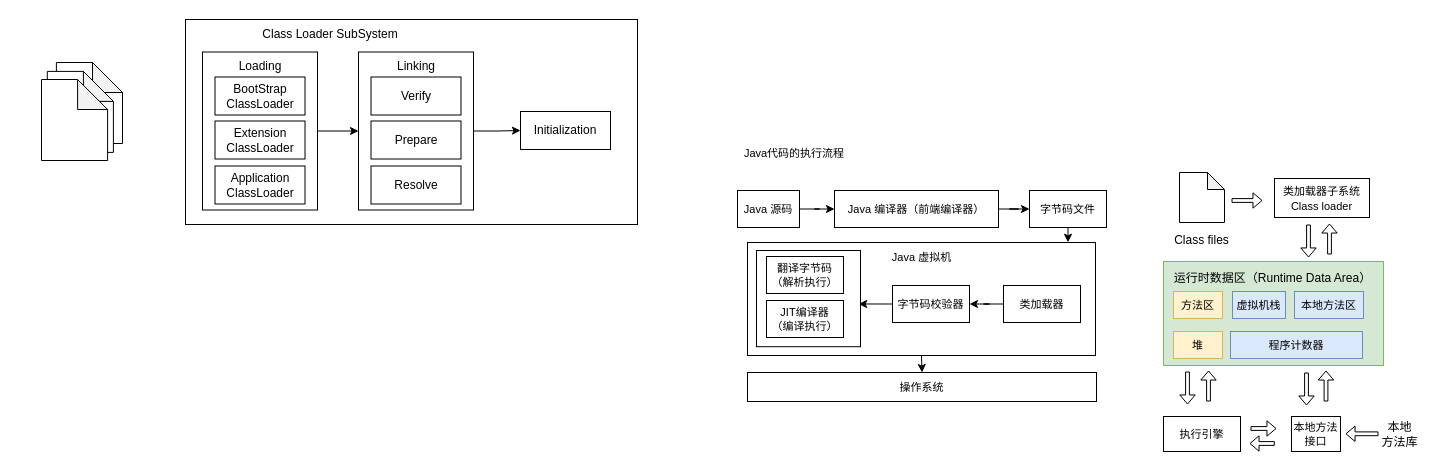
The draw.io diagram JVM.drawio in huyangdev/zhahuo, before the edit. Source tidied: cells renumbered, new cells numbered last; positions are measured from the earlier drawing's top-left corner, leaving out a move shared by most shapes. Both pictures are drawn from the tidied source at 100%, with x=0, y=0 at pixel (41, 19).
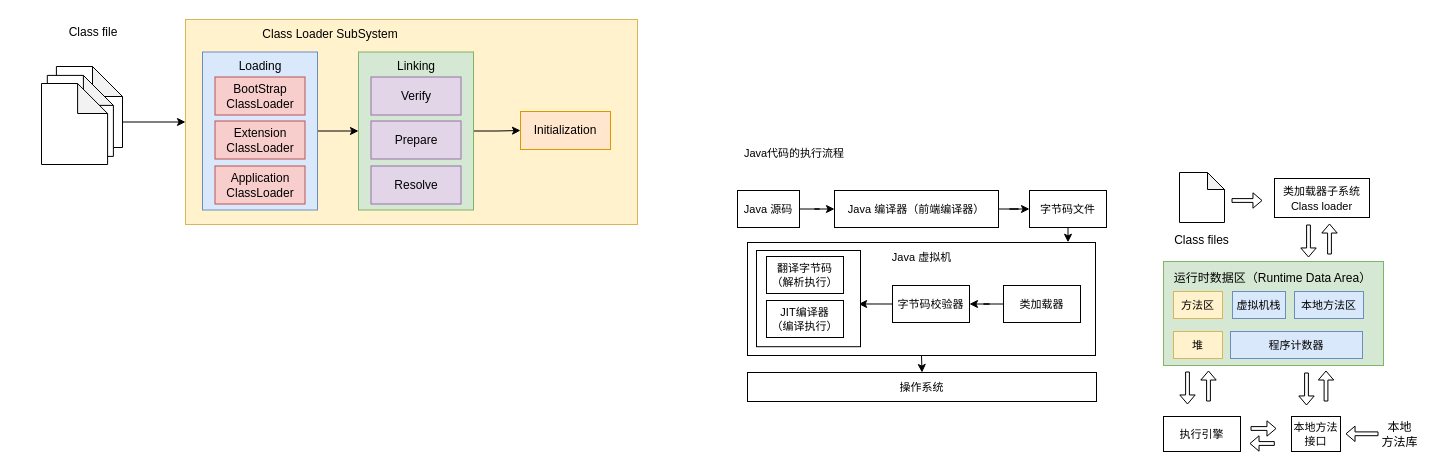
Above is the later version.

The change refers to these unchanged cells:
```xml
<mxCell id="44" style="shape=note;whiteSpace=wrap;html=1;backgroundOutline=1;darkOpacity=0.05;" parent="43" vertex="1">
  <mxGeometry x="14.9" width="66.1" height="81" as="geometry" />
</mxCell>
```

The edit, as a diff of the source:
```diff
@@
     <mxCell id="43" style="group;" parent="1" vertex="1">
-      <mxGeometry y="43" width="81" height="98" as="geometry" />
+      <mxGeometry y="47" width="81" height="98" as="geometry" />
     </mxCell>
@@
-    <mxCell id="47" style="rounded=0;whiteSpace=wrap;html=1;" parent="1" vertex="1">
+    <mxCell id="47" style="rounded=0;whiteSpace=wrap;html=1;fillColor=#fff2cc;strokeColor=#d6b656;" parent="1" vertex="1">
       <mxGeometry x="144" width="452" height="205" as="geometry" />
     </mxCell>
@@
-    <mxCell id="49" style="rounded=0;whiteSpace=wrap;html=1;" parent="1" vertex="1">
+    <mxCell id="49" style="rounded=0;whiteSpace=wrap;html=1;fillColor=#dae8fc;strokeColor=#6c8ebf;" parent="1" vertex="1">
       <mxGeometry x="161" y="32.5" width="115" height="158" as="geometry" />
     </mxCell>
-    <mxCell id="50" value="BootStrap&lt;br&gt;ClassLoader" style="rounded=0;whiteSpace=wrap;html=1;" parent="1" vertex="1">
+    <mxCell id="50" value="BootStrap&lt;br&gt;ClassLoader" style="rounded=0;whiteSpace=wrap;html=1;fillColor=#f8cecc;strokeColor=#b85450;" parent="1" vertex="1">
       <mxGeometry x="173.5" y="57.5" width="90" height="38" as="geometry" />
     </mxCell>
@@
-    <mxCell id="52" value="Extension&lt;br&gt;ClassLoader" style="rounded=0;whiteSpace=wrap;html=1;" parent="1" vertex="1">
+    <mxCell id="52" value="Extension&lt;br&gt;ClassLoader" style="rounded=0;whiteSpace=wrap;html=1;fillColor=#f8cecc;strokeColor=#b85450;" parent="1" vertex="1">
       <mxGeometry x="173.5" y="101.5" width="90" height="38" as="geometry" />
     </mxCell>
-    <mxCell id="53" value="Application&lt;br&gt;ClassLoader" style="rounded=0;whiteSpace=wrap;html=1;" parent="1" vertex="1">
+    <mxCell id="53" value="Application&lt;br&gt;ClassLoader" style="rounded=0;whiteSpace=wrap;html=1;fillColor=#f8cecc;strokeColor=#b85450;" parent="1" vertex="1">
       <mxGeometry x="173.5" y="146.5" width="90" height="38" as="geometry" />
     </mxCell>
@@
-    <mxCell id="55" style="rounded=0;whiteSpace=wrap;html=1;" parent="1" vertex="1">
+    <mxCell id="55" style="rounded=0;whiteSpace=wrap;html=1;fillColor=#d5e8d4;strokeColor=#82b366;" parent="1" vertex="1">
       <mxGeometry x="317" y="32.5" width="115" height="158" as="geometry" />
     </mxCell>
-    <mxCell id="56" value="Verify" style="rounded=0;whiteSpace=wrap;html=1;" parent="1" vertex="1">
+    <mxCell id="56" value="Verify" style="rounded=0;whiteSpace=wrap;html=1;fillColor=#e1d5e7;strokeColor=#9673a6;" parent="1" vertex="1">
       <mxGeometry x="329.5" y="57.5" width="90" height="38" as="geometry" />
     </mxCell>
@@
-    <mxCell id="58" value="Prepare" style="rounded=0;whiteSpace=wrap;html=1;" parent="1" vertex="1">
+    <mxCell id="58" value="Prepare" style="rounded=0;whiteSpace=wrap;html=1;fillColor=#e1d5e7;strokeColor=#9673a6;" parent="1" vertex="1">
       <mxGeometry x="329.5" y="101.5" width="90" height="38" as="geometry" />
     </mxCell>
-    <mxCell id="59" value="Resolve" style="rounded=0;whiteSpace=wrap;html=1;" parent="1" vertex="1">
+    <mxCell id="59" value="Resolve" style="rounded=0;whiteSpace=wrap;html=1;fillColor=#e1d5e7;strokeColor=#9673a6;" parent="1" vertex="1">
       <mxGeometry x="329.5" y="146.5" width="90" height="38" as="geometry" />
     </mxCell>
-    <mxCell id="60" value="Initialization" style="rounded=0;whiteSpace=wrap;html=1;" parent="1" vertex="1">
+    <mxCell id="60" value="Initialization" style="rounded=0;whiteSpace=wrap;html=1;fillColor=#ffe6cc;strokeColor=#d79b00;" parent="1" vertex="1">
       <mxGeometry x="479" y="92" width="90" height="38" as="geometry" />
     </mxCell>
@@
+    <mxCell id="62" style="edgeStyle=orthogonalEdgeStyle;rounded=0;jettySize=auto;html=1;exitX=0;exitY=0;exitDx=66.12244897959184;exitDy=55.49586776859504;exitPerimeter=0;entryX=0;entryY=0.5;entryDx=0;entryDy=0;" parent="1" edge="1" source="44" target="47">
+      <mxGeometry relative="1" as="geometry" />
+    </mxCell>
+    <mxCell id="63" value="Class file" style="text;html=1;strokeColor=none;fillColor=none;align=center;verticalAlign=middle;whiteSpace=wrap;rounded=0;" parent="1" vertex="1">
+      <mxGeometry x="-24" y="-2" width="152" height="30" as="geometry" />
+    </mxCell>
```
